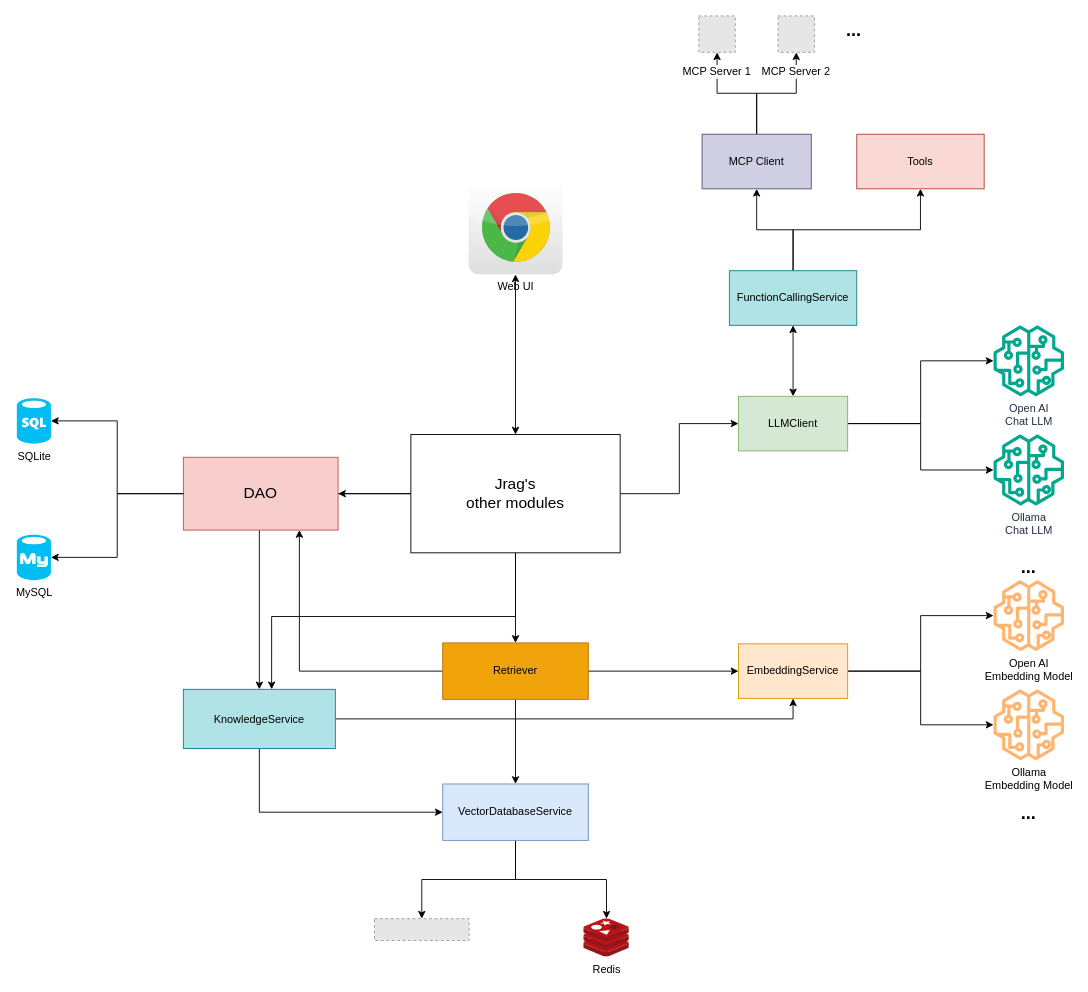
shangguanjiannan/jrag keeps this draw.io diagram as assets/jrag.drawio. Above is the earlier version. Source tidied: cells renumbered, new cells numbered last; positions are measured from the earlier drawing's top-left corner, leaving out a move shared by most shapes. Both pictures are drawn from the tidied source at 91%, with x=0, y=0 at pixel (16, 15). Pictures stored in the file or linked from it are replaced by grey dashed boxes.
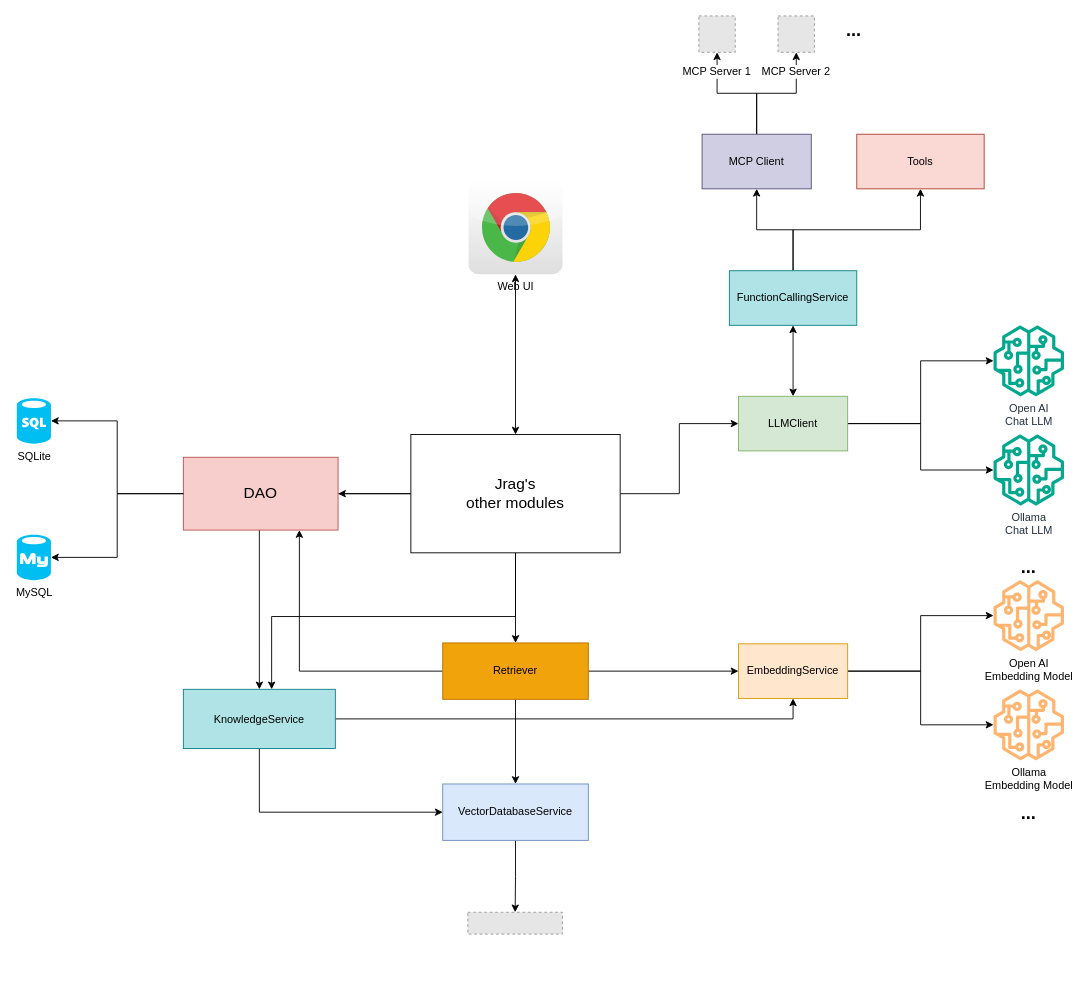
The same diagram, later.

Unchanged cells that the change refers to:
```xml
<mxCell id="25" value="VectorDatabaseService" style="rounded=0;whiteSpace=wrap;html=1;fillColor=#dae8fc;strokeColor=#6c8ebf;" parent="1" vertex="1">
  <mxGeometry x="468" y="844" width="160" height="62" as="geometry" />
</mxCell>
```

What changed in the source:
```diff
@@
-    <mxCell id="11" value="Redis" style="image;sketch=0;html=1;points=[];align=center;fontSize=12;image=img/lib/mscae/Cache_Redis_Product.svg;" parent="1" vertex="1">
-      <mxGeometry x="623" y="992" width="50" height="42" as="geometry" />
-    </mxCell>
@@
-    <mxCell id="23" style="edgeStyle=orthogonalEdgeStyle;rounded=0;jettySize=auto;html=1;entryX=0.5;entryY=0;entryDx=0;entryDy=0;" parent="1" edge="1" source="25" target="26">
+    <mxCell id="23" style="edgeStyle=orthogonalEdgeStyle;rounded=0;jettySize=auto;html=1;" parent="1" edge="1" source="25" target="26">
       <mxGeometry relative="1" as="geometry" />
     </mxCell>
-    <mxCell id="24" style="edgeStyle=orthogonalEdgeStyle;rounded=0;jettySize=auto;html=1;" parent="1" edge="1" source="25" target="11">
-      <mxGeometry relative="1" as="geometry" />
-    </mxCell>
@@
     <mxCell id="26" style="fillColor=#E6E6E6;strokeColor=#999999;dashed=1;verticalLabelPosition=bottom;labelBackgroundColor=default;verticalAlign=top;" parent="1" vertex="1">
-      <mxGeometry x="393" y="992" width="104" height="24" as="geometry" />
+      <mxGeometry x="495.6" y="985" width="104" height="24" as="geometry" />
     </mxCell>
```
